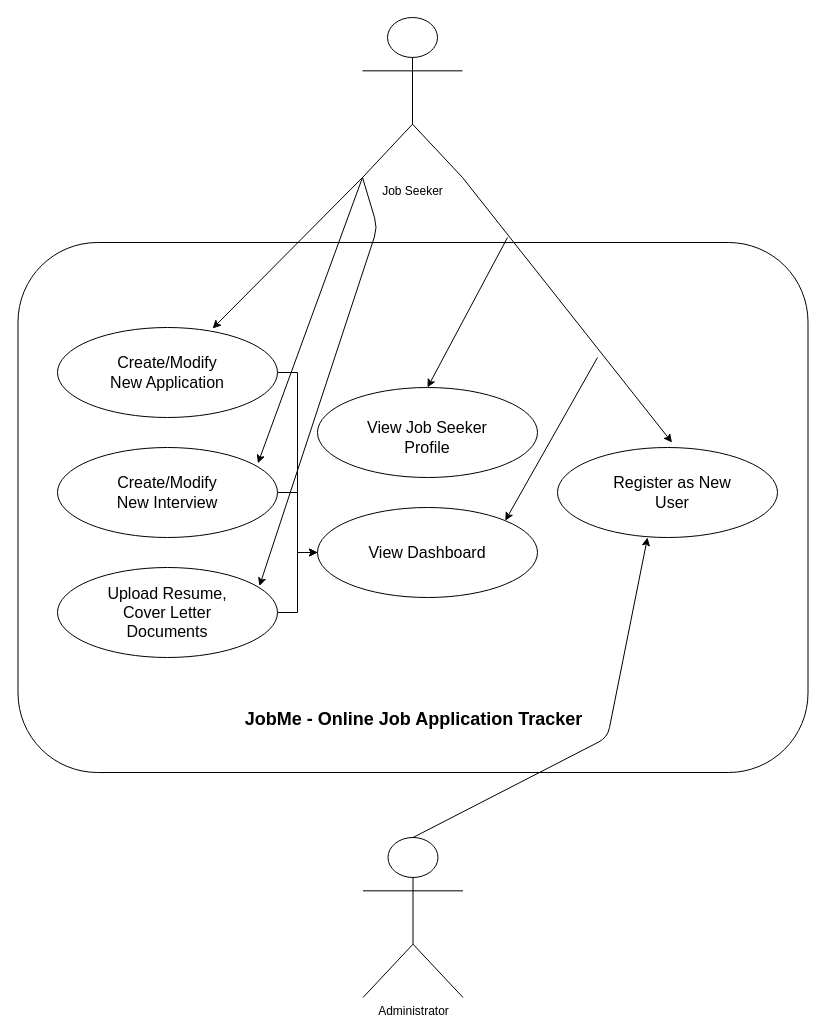
Earlier version of the draw.io diagram Resources/Use_Case_UML.drawio (helenewillits/JobMe). Source tidied: cells renumbered, new cells numbered last; positions are measured from the earlier drawing's top-left corner, leaving out a move shared by most shapes. Both pictures are drawn from the tidied source at 100%, with x=0, y=0 at pixel (17, 17).
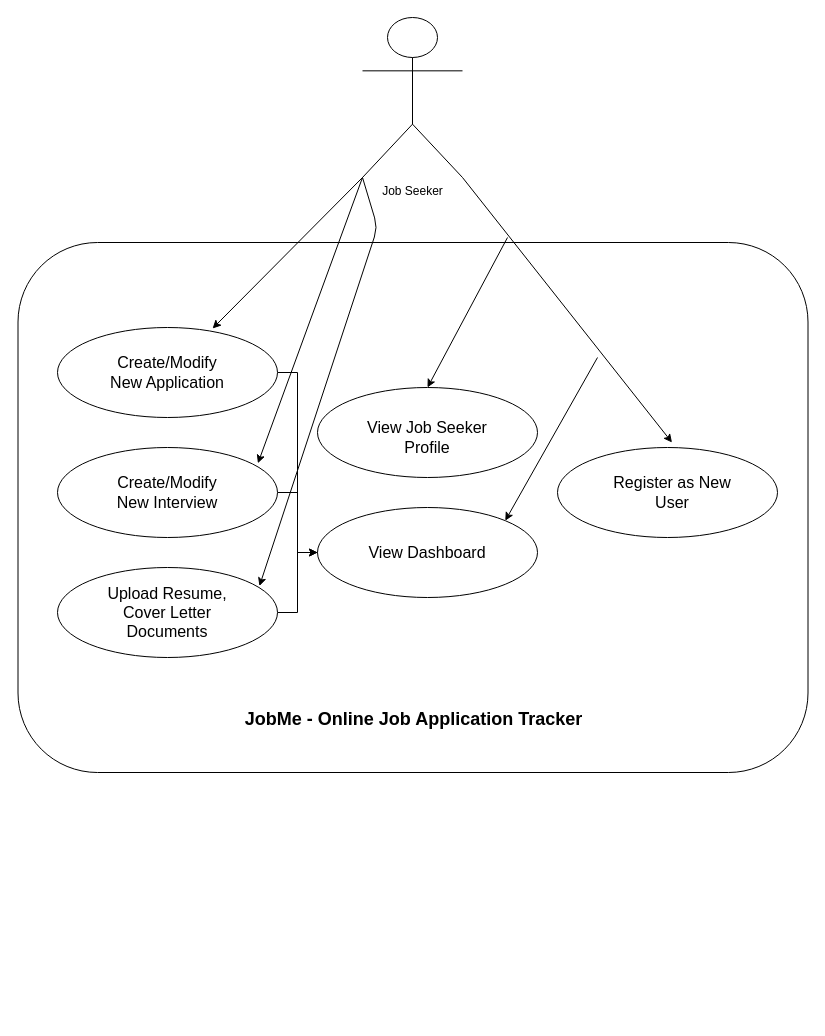
The same diagram, later.

Commit message (it also covers changes not shown here):
merge & update use case & class diagrams

The edit, as a diff of the source:
```diff
@@
-    <mxCell id="4" value="Administrator" style="shape=umlActor;verticalLabelPosition=bottom;verticalAlign=top;html=1;outlineConnect=0;" parent="1" vertex="1">
-      <mxGeometry x="345.5" y="820" width="100" height="160" as="geometry" />
-    </mxCell>
@@
-    <mxCell id="21" style="endArrow=classic;html=1;exitX=0.5;exitY=0;exitDx=0;exitDy=0;exitPerimeter=0;" parent="1" edge="1" source="4">
-      <mxGeometry relative="1" as="geometry">
-        <mxPoint x="630" y="520" as="targetPoint" />
-        <Array as="points">
-          <mxPoint x="590" y="720" />
-        </Array>
-      </mxGeometry>
-    </mxCell>
```
